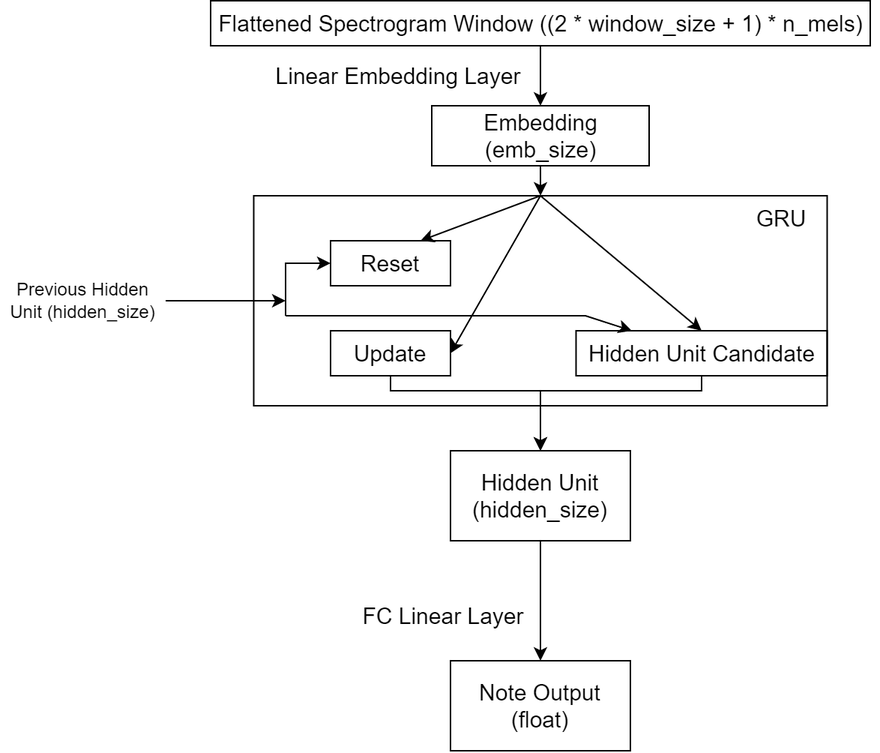
This is images/notePresenceRNN.png from Hazelstorm/413w22-taikomapper, a draw.io export, as it was before one commit. Source tidied: cells renumbered, new cells last; positions are measured from the earlier drawing's top-left corner, leaving out a move shared by most shapes.
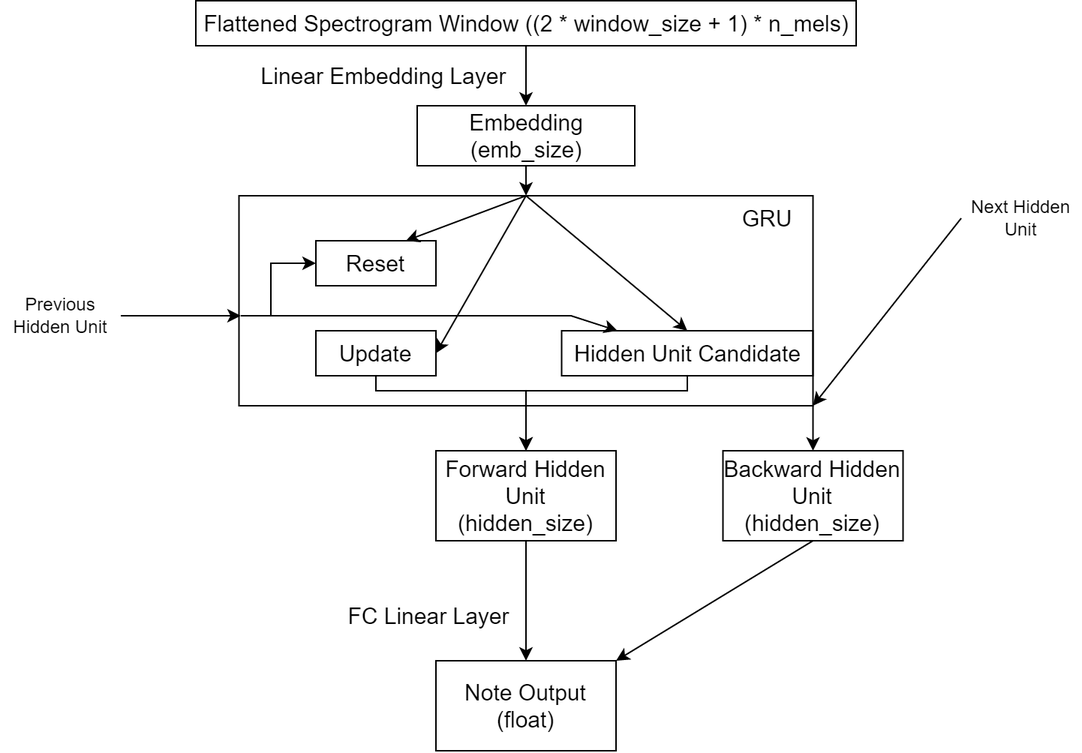
Above is the later version.

What changed in the source:
```diff
@@ -26,7 +26,7 @@
     <mxCell id="9" style="edgeStyle=orthogonalEdgeStyle;rounded=0;jettySize=auto;html=1;exitX=0.5;exitY=1;exitDx=0;exitDy=0;entryX=0.5;entryY=0;entryDx=0;entryDy=0;" parent="1" edge="1" source="10" target="23">
       <mxGeometry relative="1" as="geometry" />
     </mxCell>
-    <mxCell id="10" value="Hidden Unit&lt;br&gt;(hidden_size)" style="rounded=0;whiteSpace=wrap;html=1;labelBackgroundColor=none;fontSize=15;strokeColor=default;fillColor=default;" parent="1" vertex="1">
+    <mxCell id="10" value="Forward Hidden Unit&lt;br&gt;(hidden_size)" style="rounded=0;whiteSpace=wrap;html=1;labelBackgroundColor=none;fontSize=15;strokeColor=default;fillColor=default;" parent="1" vertex="1">
       <mxGeometry x="300" y="300" width="120" height="60" as="geometry" />
     </mxCell>
     <mxCell id="11" value="GRU" style="text;html=1;strokeColor=none;fillColor=none;align=center;verticalAlign=middle;whiteSpace=wrap;rounded=0;labelBackgroundColor=none;fontSize=15;" parent="1" vertex="1">
@@ -78,7 +78,7 @@
     </mxCell>
     <mxCell id="21" style="endArrow=classic;html=1;rounded=0;fontSize=15;" parent="1" edge="1" target="13">
       <mxGeometry relative="1" as="geometry">
-        <mxPoint x="190" y="210" as="sourcePoint" />
+        <mxPoint x="170" y="210" as="sourcePoint" />
         <Array as="points">
           <mxPoint x="390" y="210" />
         </Array>
@@ -92,11 +92,26 @@
     </mxCell>
     <mxCell id="24" style="endArrow=classic;html=1;rounded=0;exitX=1;exitY=0.5;exitDx=0;exitDy=0;" parent="1" edge="1" source="25">
       <mxGeometry relative="1" as="geometry">
-        <mxPoint x="190" y="200" as="targetPoint" />
+        <mxPoint x="170" y="210" as="targetPoint" />
       </mxGeometry>
     </mxCell>
-    <mxCell id="25" value="Previous Hidden Unit (hidden_size)" style="text;html=1;strokeColor=none;fillColor=none;align=center;verticalAlign=middle;whiteSpace=wrap;rounded=0;" parent="1" vertex="1">
-      <mxGeometry y="185" width="110" height="30" as="geometry" />
+    <mxCell id="25" value="Previous Hidden Unit" style="text;html=1;strokeColor=none;fillColor=none;align=center;verticalAlign=middle;whiteSpace=wrap;rounded=0;" parent="1" vertex="1">
+      <mxGeometry x="10" y="195" width="80" height="30" as="geometry" />
     </mxCell>
+    <mxCell id="26" value="Backward Hidden Unit&lt;br&gt;(hidden_size)" style="rounded=0;whiteSpace=wrap;html=1;labelBackgroundColor=none;fontSize=15;strokeColor=default;fillColor=default;" parent="1" vertex="1">
+      <mxGeometry x="491.2" y="300" width="120" height="60" as="geometry" />
+    </mxCell>
+    <mxCell id="27" style="endArrow=classic;html=1;rounded=0;exitX=1;exitY=1;exitDx=0;exitDy=0;entryX=0.5;entryY=0;entryDx=0;entryDy=0;" parent="1" edge="1" source="2" target="26">
+      <mxGeometry relative="1" as="geometry" />
+    </mxCell>
+    <mxCell id="28" style="endArrow=classic;html=1;rounded=0;exitX=0.5;exitY=1;exitDx=0;exitDy=0;entryX=1;entryY=0;entryDx=0;entryDy=0;" parent="1" edge="1" source="26" target="23">
+      <mxGeometry relative="1" as="geometry" />
+    </mxCell>
+    <mxCell id="29" value="Next Hidden Unit" style="text;html=1;strokeColor=none;fillColor=none;align=center;verticalAlign=middle;whiteSpace=wrap;rounded=0;" parent="1" vertex="1">
+      <mxGeometry x="650" y="130" width="80" height="30" as="geometry" />
+    </mxCell>
+    <mxCell id="30" style="endArrow=classic;html=1;rounded=0;exitX=0;exitY=0.5;exitDx=0;exitDy=0;entryX=1;entryY=1;entryDx=0;entryDy=0;" parent="1" edge="1" source="29" target="2">
+      <mxGeometry relative="1" as="geometry" />
+    </mxCell>
   </root>
 </mxGraphModel>
```
